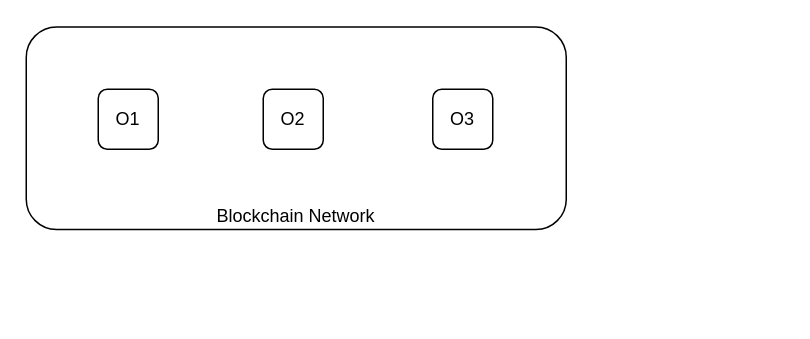
guanpengchn/draw.io keeps this draw.io diagram as page "4.1" (1 of 8) of graduation/第四章.drawio. Above is the earlier version. Source tidied: cells renumbered, new cells numbered last; positions are measured from the earlier drawing's top-left corner, leaving out a move shared by most shapes. Both pictures are drawn from the tidied source at 150%, with x=0, y=0 at pixel (26, 26).
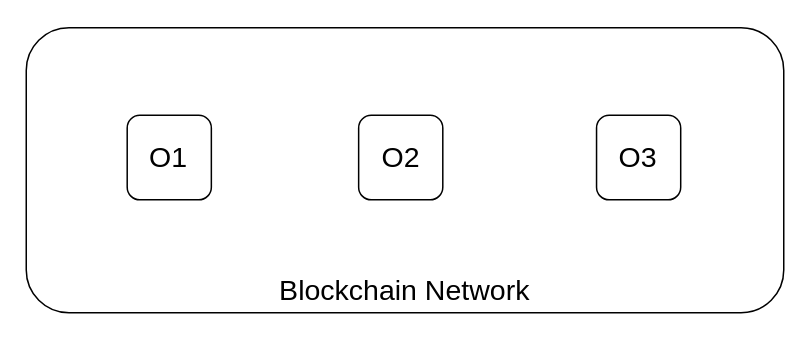
The same page after the edit.

The edit, as a diff of the source:
```diff
@@
 <mxGraphModel>
   <root>
     <mxCell id="0" />
     <mxCell id="1" parent="0" />
+    <mxCell id="6" style="group;fontSize=19;" parent="1" vertex="1">
+      <mxGeometry y="1" width="505" height="190" as="geometry" />
+    </mxCell>
-    <mxCell id="2" value="&lt;div style=&quot;text-align: right&quot;&gt;&lt;span&gt;Blockchain Network&lt;/span&gt;&lt;/div&gt;" style="rounded=1;whiteSpace=wrap;html=1;fillColor=none;align=center;verticalAlign=bottom;labelPosition=center;verticalLabelPosition=middle;" parent="1" vertex="1">
-      <mxGeometry y="0.5" width="360" height="135" as="geometry" />
+    <mxCell id="2" value="&lt;div style=&quot;text-align: right; font-size: 19px;&quot;&gt;&lt;span style=&quot;font-size: 19px;&quot;&gt;Blockchain Network&lt;/span&gt;&lt;/div&gt;" style="rounded=1;whiteSpace=wrap;html=1;fillColor=none;align=center;verticalAlign=bottom;labelPosition=center;verticalLabelPosition=middle;fontSize=19;" parent="6" vertex="1">
+      <mxGeometry width="505" height="190" as="geometry" />
     </mxCell>
-    <mxCell id="3" value="O1" style="rounded=1;whiteSpace=wrap;html=1;" parent="1" vertex="1">
-      <mxGeometry x="48" y="42" width="40" height="40" as="geometry" />
+    <mxCell id="3" value="O1" style="rounded=1;whiteSpace=wrap;html=1;fontSize=19;" parent="6" vertex="1">
+      <mxGeometry x="67.3" y="58.4" width="56.1" height="56.3" as="geometry" />
     </mxCell>
-    <mxCell id="4" value="O3" style="rounded=1;whiteSpace=wrap;html=1;glass=0;comic=0;" parent="1" vertex="1">
-      <mxGeometry x="271" y="42" width="40" height="40" as="geometry" />
+    <mxCell id="4" value="O3" style="rounded=1;whiteSpace=wrap;html=1;glass=0;comic=0;fontSize=19;" parent="6" vertex="1">
+      <mxGeometry x="380.2" y="58.4" width="56.1" height="56.3" as="geometry" />
     </mxCell>
-    <mxCell id="5" value="O2&lt;br&gt;" style="rounded=1;whiteSpace=wrap;html=1;" parent="1" vertex="1">
-      <mxGeometry x="158" y="42" width="40" height="40" as="geometry" />
+    <mxCell id="5" value="O2&lt;br style=&quot;font-size: 19px;&quot;&gt;" style="rounded=1;whiteSpace=wrap;html=1;fontSize=19;" parent="6" vertex="1">
+      <mxGeometry x="221.6" y="58.4" width="56.1" height="56.3" as="geometry" />
     </mxCell>
   </root>
 </mxGraphModel>
```
